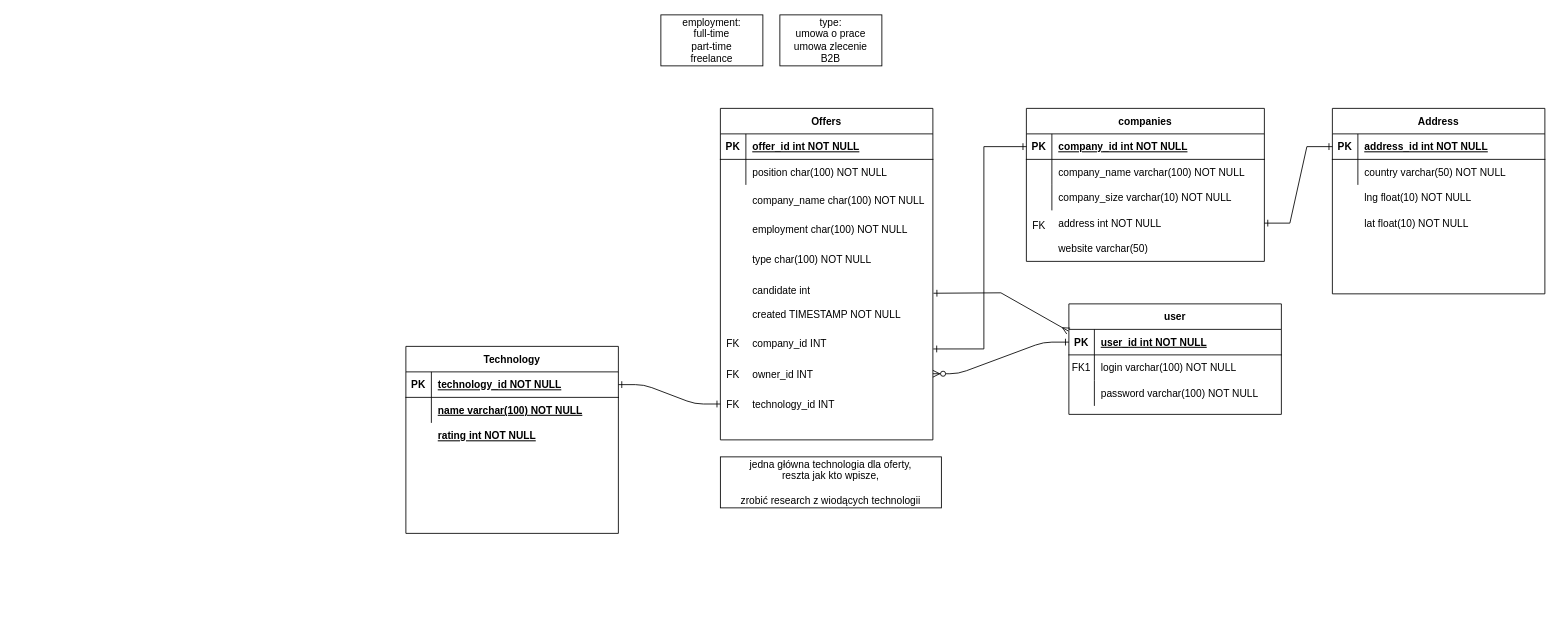
Above: schema/db.drawio in Future-Developers-Lab/Skill-Up (draw.io), before the change. Source tidied: cells renumbered, new cells numbered last; positions are measured from the earlier drawing's top-left corner, leaving out a move shared by most shapes. Both pictures are drawn from the tidied source at 85%, with x=0, y=0 at pixel (405, 14).
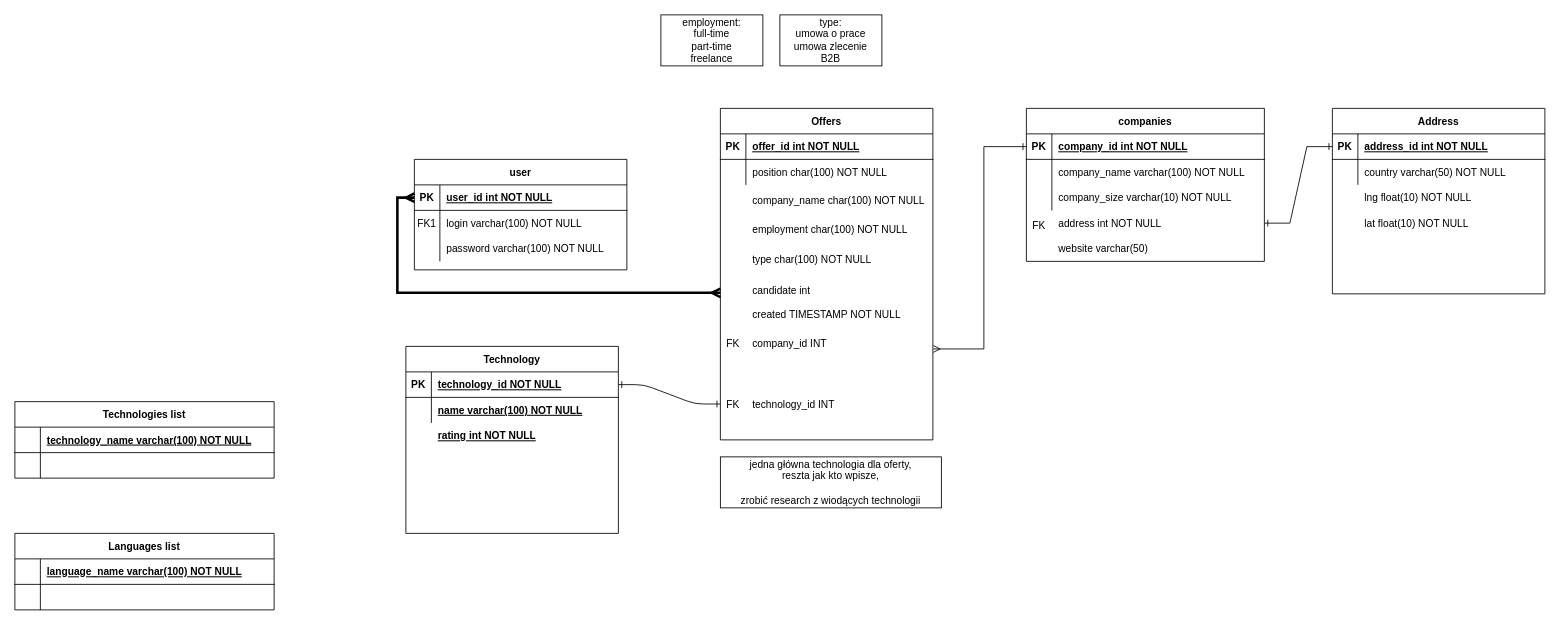
Above is the later version.

The change refers to these unchanged cells:
```xml
<mxCell id="4" style="shape=partialRectangle;fillColor=none;points=[[0,0.5],[1,0.5]];portConstraint=eastwest;top=0;left=0;right=0;bottom=1;" parent="3" vertex="1">
  <mxGeometry y="30" width="250" height="30" as="geometry" />
</mxCell>
<mxCell id="34" style="group;" parent="33" vertex="1">
  <mxGeometry width="250" height="390" as="geometry" />
</mxCell>
<mxCell id="57" style="shape=partialRectangle;fillColor=none;points=[[0,0.5],[1,0.5]];portConstraint=eastwest;top=0;left=0;right=0;bottom=0;" parent="34" vertex="1">
  <mxGeometry y="258.9" width="250" height="35.6" as="geometry" />
</mxCell>
<mxCell id="60" style="shape=partialRectangle;fillColor=none;points=[[0,0.5],[1,0.5]];portConstraint=eastwest;top=0;left=0;right=0;bottom=0;" parent="34" vertex="1">
  <mxGeometry y="195.6" width="250" height="35.6" as="geometry" />
</mxCell>
<mxCell id="81" style="shape=partialRectangle;fillColor=none;points=[[0,0.5],[1,0.5]];portConstraint=eastwest;top=0;left=0;right=0;bottom=1;" parent="80" vertex="1">
  <mxGeometry y="30" width="280" height="30" as="geometry" />
</mxCell>
```

Diff of the diagram source:
```diff
@@
-    <mxCell id="2" style="edgeStyle=entityRelationEdgeStyle;endArrow=ERzeroToMany;startArrow=ERone;endFill=1;startFill=0;exitX=0;exitY=0.5;exitDx=0;exitDy=0;entryX=1;entryY=0.5;entryDx=0;entryDy=0;" parent="1" edge="1" source="4" target="51">
-      <mxGeometry relative="1" as="geometry" />
-    </mxCell>
     <mxCell id="3" value="user" style="shape=table;startSize=30;childLayout=tableLayout;rowLines=0;fontStyle=1;align=center;" parent="1" vertex="1">
-      <mxGeometry x="780" y="340" width="250" height="130" as="geometry" />
+      <mxGeometry x="10" y="170" width="250" height="130" as="geometry" />
     </mxCell>
@@
-    <mxCell id="51" style="shape=partialRectangle;fillColor=none;points=[[0,0.5],[1,0.5]];portConstraint=eastwest;top=0;left=0;right=0;bottom=0;" parent="34" vertex="1">
-      <mxGeometry y="294.4" width="250" height="35.6" as="geometry" />
-    </mxCell>
-    <mxCell id="52" value="FK" style="shape=partialRectangle;overflow=hidden;fillColor=none;top=0;left=0;bottom=0;right=0;" parent="51" vertex="1">
-      <mxGeometry width="30" height="35.6" as="geometry" />
-    </mxCell>
-    <mxCell id="53" value="owner_id INT" style="shape=partialRectangle;overflow=hidden;fillColor=none;top=0;left=0;bottom=0;right=0;align=left;spacingLeft=6;" parent="51" vertex="1">
-      <mxGeometry x="30" width="220" height="35.6" as="geometry" />
-    </mxCell>
@@
-    <mxCell id="90" style="edgeStyle=none;rounded=0;jettySize=auto;html=1;endArrow=ERone;sourcePerimeterSpacing=8;targetPerimeterSpacing=8;exitX=0;exitY=0.5;exitDx=0;exitDy=0;entryX=1.002;entryY=0.678;entryDx=0;entryDy=0;entryPerimeter=0;endFill=0;startArrow=ERone;startFill=0;" parent="1" edge="1" source="81" target="57">
+    <mxCell id="90" style="edgeStyle=none;rounded=0;jettySize=auto;html=1;endArrow=ERmany;sourcePerimeterSpacing=8;targetPerimeterSpacing=8;exitX=0;exitY=0.5;exitDx=0;exitDy=0;entryX=1.002;entryY=0.678;entryDx=0;entryDy=0;entryPerimeter=0;endFill=0;startArrow=ERone;startFill=0;" parent="1" edge="1" source="81" target="57">
       <mxGeometry relative="1" as="geometry">
         <Array as="points">
           <mxPoint x="680" y="155" />
           <mxPoint x="680" y="393" />
         </Array>
       </mxGeometry>
     </mxCell>
@@
-    <mxCell id="97" style="edgeStyle=none;rounded=0;jettySize=auto;html=1;entryX=-0.002;entryY=0.067;entryDx=0;entryDy=0;startArrow=ERone;startFill=0;endArrow=ERmany;endFill=0;sourcePerimeterSpacing=8;targetPerimeterSpacing=8;exitX=1.003;exitY=0.615;exitDx=0;exitDy=0;exitPerimeter=0;entryPerimeter=0;" parent="1" edge="1" source="60" target="4">
+    <mxCell id="97" style="edgeStyle=none;rounded=0;jettySize=auto;html=1;entryX=0;entryY=0.5;entryDx=0;entryDy=0;startArrow=ERmany;startFill=0;endArrow=ERmany;endFill=0;sourcePerimeterSpacing=8;targetPerimeterSpacing=8;strokeWidth=3;" parent="1" edge="1" target="4">
       <mxGeometry relative="1" as="geometry">
+        <mxPoint x="370" y="327" as="sourcePoint" />
         <Array as="points">
-          <mxPoint x="700" y="327" />
+          <mxPoint x="-10" y="327" />
+          <mxPoint x="-10" y="215" />
         </Array>
       </mxGeometry>
     </mxCell>
@@
+    <mxCell id="101" value="Technologies list" style="shape=table;startSize=30;childLayout=tableLayout;rowLines=0;fontStyle=1;align=center;" parent="1" vertex="1">
+      <mxGeometry x="-460" y="455" width="305" height="90" as="geometry" />
+    </mxCell>
+    <mxCell id="102" style="shape=partialRectangle;fillColor=none;top=0;left=0;right=0;bottom=1;" parent="101" vertex="1">
+      <mxGeometry y="30" width="305" height="30" as="geometry" />
+    </mxCell>
+    <mxCell id="103" style="shape=partialRectangle;overflow=hidden;fillColor=none;top=0;left=0;bottom=0;right=0;fontStyle=1;" parent="102" vertex="1">
+      <mxGeometry width="30" height="30" as="geometry" />
+    </mxCell>
+    <mxCell id="104" value="technology_name varchar(100) NOT NULL " style="shape=partialRectangle;overflow=hidden;fillColor=none;top=0;left=0;bottom=0;right=0;align=left;spacingLeft=6;fontStyle=5;" parent="102" vertex="1">
+      <mxGeometry x="30" width="275" height="30" as="geometry" />
+    </mxCell>
+    <mxCell id="105" style="shape=partialRectangle;fillColor=none;top=0;left=0;right=0;bottom=0;" parent="101" vertex="1">
+      <mxGeometry y="60" width="305" height="30" as="geometry" />
+    </mxCell>
+    <mxCell id="106" style="shape=partialRectangle;overflow=hidden;fillColor=none;top=0;left=0;bottom=0;right=0;" parent="105" vertex="1">
+      <mxGeometry width="30" height="30" as="geometry" />
+    </mxCell>
+    <mxCell id="107" style="shape=partialRectangle;overflow=hidden;fillColor=none;top=0;left=0;bottom=0;right=0;align=left;spacingLeft=6;" parent="105" vertex="1">
+      <mxGeometry x="30" width="275" height="30" as="geometry" />
+    </mxCell>
+    <mxCell id="108" value="Languages list" style="shape=table;startSize=30;childLayout=tableLayout;rowLines=0;fontStyle=1;align=center;" parent="1" vertex="1">
+      <mxGeometry x="-460" y="610" width="305" height="90" as="geometry" />
+    </mxCell>
+    <mxCell id="109" style="shape=partialRectangle;fillColor=none;top=0;left=0;right=0;bottom=1;" parent="108" vertex="1">
+      <mxGeometry y="30" width="305" height="30" as="geometry" />
+    </mxCell>
+    <mxCell id="110" style="shape=partialRectangle;overflow=hidden;fillColor=none;top=0;left=0;bottom=0;right=0;fontStyle=1;" parent="109" vertex="1">
+      <mxGeometry width="30" height="30" as="geometry" />
+    </mxCell>
+    <mxCell id="111" value="language_name varchar(100) NOT NULL " style="shape=partialRectangle;overflow=hidden;fillColor=none;top=0;left=0;bottom=0;right=0;align=left;spacingLeft=6;fontStyle=5;" parent="109" vertex="1">
+      <mxGeometry x="30" width="275" height="30" as="geometry" />
+    </mxCell>
+    <mxCell id="112" style="shape=partialRectangle;fillColor=none;top=0;left=0;right=0;bottom=0;" parent="108" vertex="1">
+      <mxGeometry y="60" width="305" height="30" as="geometry" />
+    </mxCell>
+    <mxCell id="113" style="shape=partialRectangle;overflow=hidden;fillColor=none;top=0;left=0;bottom=0;right=0;" parent="112" vertex="1">
+      <mxGeometry width="30" height="30" as="geometry" />
+    </mxCell>
+    <mxCell id="114" style="shape=partialRectangle;overflow=hidden;fillColor=none;top=0;left=0;bottom=0;right=0;align=left;spacingLeft=6;" parent="112" vertex="1">
+      <mxGeometry x="30" width="275" height="30" as="geometry" />
+    </mxCell>
```
